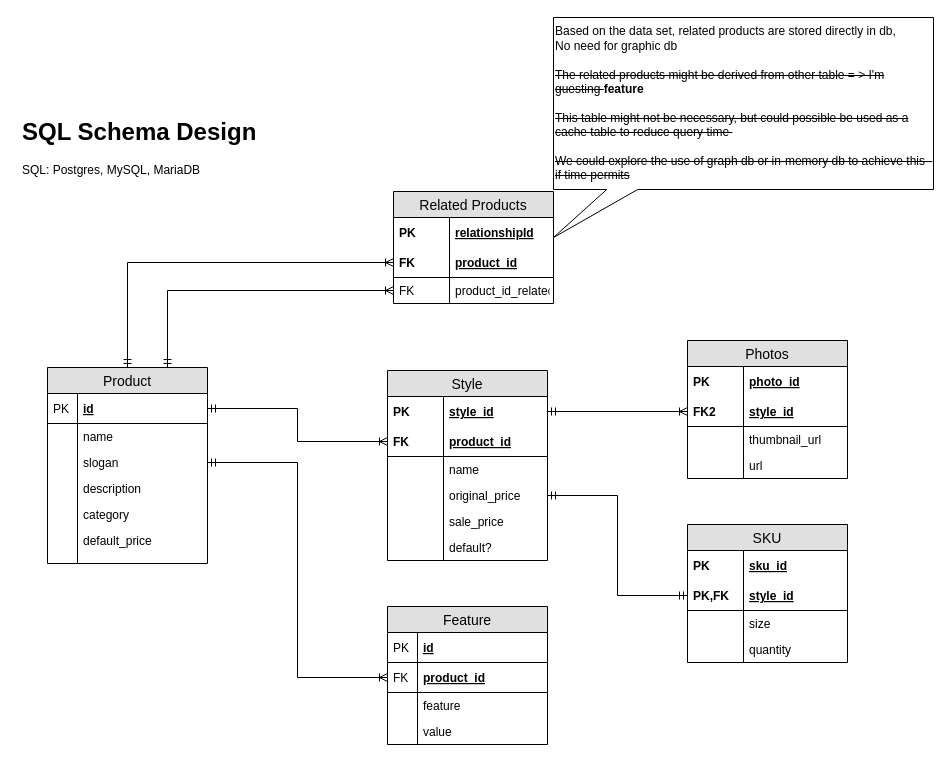
The draw.io diagram SDC_SQLSchema.drawio in teamspear/ProductsAPI, before the edit. Source tidied: cells renumbered, new cells numbered last; positions are measured from the earlier drawing's top-left corner, leaving out a move shared by most shapes. Both pictures are drawn from the tidied source at 100%, with x=0, y=0 at pixel (17, 17).
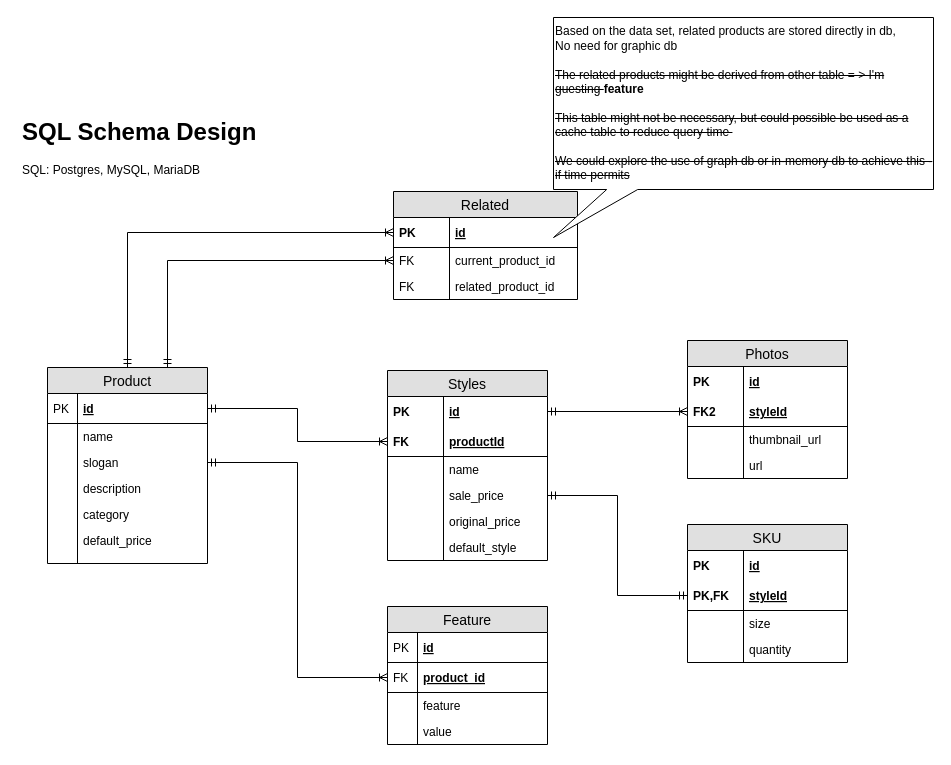
The same page after the edit.

The change refers to these unchanged cells:
```xml
<mxCell id="43" value="Photos" style="swimlane;fontStyle=0;horizontal=1;startSize=26;fillColor=#e0e0e0;swimlaneFillColor=#ffffff;align=center;fontSize=14;" parent="1" vertex="1">
  <mxGeometry x="670" y="323" width="160" height="138" as="geometry" />
</mxCell>
<mxCell id="52" value="SKU" style="swimlane;fontStyle=0;horizontal=1;startSize=26;fillColor=#e0e0e0;swimlaneFillColor=#ffffff;align=center;fontSize=14;" parent="1" vertex="1">
  <mxGeometry x="670" y="507" width="160" height="138" as="geometry" />
</mxCell>
```

Change to the diagram source:
```diff
@@
-    <mxCell id="29" value="Style" style="swimlane;fontStyle=0;horizontal=1;startSize=26;fillColor=#e0e0e0;swimlaneFillColor=#ffffff;align=center;fontSize=14;" parent="1" vertex="1">
+    <mxCell id="29" value="Styles" style="swimlane;fontStyle=0;horizontal=1;startSize=26;fillColor=#e0e0e0;swimlaneFillColor=#ffffff;align=center;fontSize=14;" parent="1" vertex="1">
       <mxGeometry x="370" y="353" width="160" height="190" as="geometry" />
     </mxCell>
-    <mxCell id="30" value="style_id" style="shape=partialRectangle;top=0;left=0;right=0;bottom=0;align=left;verticalAlign=middle;fillColor=none;spacingLeft=60;spacingRight=4;overflow=hidden;points=[[0,0.5],[1,0.5]];portConstraint=eastwest;fontStyle=5;fontSize=12;" parent="29" vertex="1">
+    <mxCell id="30" value="id" style="shape=partialRectangle;top=0;left=0;right=0;bottom=0;align=left;verticalAlign=middle;fillColor=none;spacingLeft=60;spacingRight=4;overflow=hidden;points=[[0,0.5],[1,0.5]];portConstraint=eastwest;fontStyle=5;fontSize=12;" parent="29" vertex="1">
       <mxGeometry y="26" width="160" height="30" as="geometry" />
     </mxCell>
@@
-    <mxCell id="32" value="product_id" style="shape=partialRectangle;top=0;left=0;right=0;bottom=1;align=left;verticalAlign=middle;fillColor=none;spacingLeft=60;spacingRight=4;overflow=hidden;points=[[0,0.5],[1,0.5]];portConstraint=eastwest;fontStyle=5;fontSize=12;" parent="29" vertex="1">
+    <mxCell id="32" value="productId" style="shape=partialRectangle;top=0;left=0;right=0;bottom=1;align=left;verticalAlign=middle;fillColor=none;spacingLeft=60;spacingRight=4;overflow=hidden;points=[[0,0.5],[1,0.5]];portConstraint=eastwest;fontStyle=5;fontSize=12;" parent="29" vertex="1">
       <mxGeometry y="56" width="160" height="30" as="geometry" />
     </mxCell>
@@
-    <mxCell id="36" value="original_price" style="shape=partialRectangle;top=0;left=0;right=0;bottom=0;align=left;verticalAlign=top;fillColor=none;spacingLeft=60;spacingRight=4;overflow=hidden;points=[[0,0.5],[1,0.5]];portConstraint=eastwest;fontSize=12;" parent="29" vertex="1">
+    <mxCell id="36" value="sale_price" style="shape=partialRectangle;top=0;left=0;right=0;bottom=0;align=left;verticalAlign=top;fillColor=none;spacingLeft=60;spacingRight=4;overflow=hidden;points=[[0,0.5],[1,0.5]];portConstraint=eastwest;fontSize=12;" parent="29" vertex="1">
       <mxGeometry y="112" width="160" height="26" as="geometry" />
     </mxCell>
@@
-    <mxCell id="38" value="sale_price" style="shape=partialRectangle;top=0;left=0;right=0;bottom=0;align=left;verticalAlign=top;fillColor=none;spacingLeft=60;spacingRight=4;overflow=hidden;fontSize=12;" parent="29" vertex="1">
+    <mxCell id="38" value="original_price" style="shape=partialRectangle;top=0;left=0;right=0;bottom=0;align=left;verticalAlign=top;fillColor=none;spacingLeft=60;spacingRight=4;overflow=hidden;fontSize=12;" parent="29" vertex="1">
       <mxGeometry y="138" width="160" height="26" as="geometry" />
     </mxCell>
@@
-    <mxCell id="40" value="default?" style="shape=partialRectangle;top=0;left=0;right=0;bottom=0;align=left;verticalAlign=top;fillColor=none;spacingLeft=60;spacingRight=4;overflow=hidden;fontSize=12;" parent="29" vertex="1">
+    <mxCell id="40" value="default_style" style="shape=partialRectangle;top=0;left=0;right=0;bottom=0;align=left;verticalAlign=top;fillColor=none;spacingLeft=60;spacingRight=4;overflow=hidden;fontSize=12;" parent="29" vertex="1">
       <mxGeometry y="164" width="160" height="26" as="geometry" />
     </mxCell>
@@
-    <mxCell id="44" value="photo_id" style="shape=partialRectangle;top=0;left=0;right=0;bottom=0;align=left;verticalAlign=middle;fillColor=none;spacingLeft=60;spacingRight=4;overflow=hidden;fontStyle=5;fontSize=12;" parent="43" vertex="1">
+    <mxCell id="44" value="id" style="shape=partialRectangle;top=0;left=0;right=0;bottom=0;align=left;verticalAlign=middle;fillColor=none;spacingLeft=60;spacingRight=4;overflow=hidden;fontStyle=5;fontSize=12;" parent="43" vertex="1">
       <mxGeometry y="26" width="160" height="30" as="geometry" />
     </mxCell>
@@
-    <mxCell id="46" value="style_id" style="shape=partialRectangle;top=0;left=0;right=0;bottom=1;align=left;verticalAlign=middle;fillColor=none;spacingLeft=60;spacingRight=4;overflow=hidden;points=[[0,0.5],[1,0.5]];portConstraint=eastwest;fontStyle=5;fontSize=12;" parent="43" vertex="1">
+    <mxCell id="46" value="styleId" style="shape=partialRectangle;top=0;left=0;right=0;bottom=1;align=left;verticalAlign=middle;fillColor=none;spacingLeft=60;spacingRight=4;overflow=hidden;points=[[0,0.5],[1,0.5]];portConstraint=eastwest;fontStyle=5;fontSize=12;" parent="43" vertex="1">
       <mxGeometry y="56" width="160" height="30" as="geometry" />
     </mxCell>
@@
-    <mxCell id="53" value="sku_id" style="shape=partialRectangle;top=0;left=0;right=0;bottom=0;align=left;verticalAlign=middle;fillColor=none;spacingLeft=60;spacingRight=4;overflow=hidden;fontStyle=5;fontSize=12;" parent="52" vertex="1">
+    <mxCell id="53" value="id" style="shape=partialRectangle;top=0;left=0;right=0;bottom=0;align=left;verticalAlign=middle;fillColor=none;spacingLeft=60;spacingRight=4;overflow=hidden;fontStyle=5;fontSize=12;" parent="52" vertex="1">
       <mxGeometry y="26" width="160" height="30" as="geometry" />
     </mxCell>
@@
-    <mxCell id="55" value="style_id" style="shape=partialRectangle;top=0;left=0;right=0;bottom=1;align=left;verticalAlign=middle;fillColor=none;spacingLeft=60;spacingRight=4;overflow=hidden;points=[[0,0.5],[1,0.5]];portConstraint=eastwest;fontStyle=5;fontSize=12;" parent="52" vertex="1">
+    <mxCell id="55" value="styleId" style="shape=partialRectangle;top=0;left=0;right=0;bottom=1;align=left;verticalAlign=middle;fillColor=none;spacingLeft=60;spacingRight=4;overflow=hidden;points=[[0,0.5],[1,0.5]];portConstraint=eastwest;fontStyle=5;fontSize=12;" parent="52" vertex="1">
       <mxGeometry y="56" width="160" height="30" as="geometry" />
     </mxCell>
@@
-    <mxCell id="61" value="Related Products" style="swimlane;fontStyle=0;horizontal=1;startSize=26;fillColor=#e0e0e0;swimlaneFillColor=#ffffff;align=center;fontSize=14;" parent="1" vertex="1">
-      <mxGeometry x="376" y="174" width="160" height="112" as="geometry" />
+    <mxCell id="61" value="Related" style="swimlane;fontStyle=0;horizontal=1;startSize=26;fillColor=#e0e0e0;swimlaneFillColor=#ffffff;align=center;fontSize=14;" parent="1" vertex="1">
+      <mxGeometry x="376" y="174" width="184" height="108" as="geometry" />
     </mxCell>
-    <mxCell id="62" value="relationshipId" style="shape=partialRectangle;top=0;left=0;right=0;bottom=0;align=left;verticalAlign=middle;fillColor=none;spacingLeft=60;spacingRight=4;overflow=hidden;fontStyle=5;fontSize=12;" parent="61" vertex="1">
-      <mxGeometry y="26" width="160" height="30" as="geometry" />
-    </mxCell>
-    <mxCell id="63" value="PK" style="shape=partialRectangle;fontStyle=1;top=0;left=0;bottom=0;fillColor=none;align=left;verticalAlign=middle;spacingLeft=4;spacingRight=4;overflow=hidden;fontSize=12;" parent="62" vertex="1">
-      <mxGeometry width="56" height="30" as="geometry" />
-    </mxCell>
-    <mxCell id="64" value="product_id" style="shape=partialRectangle;top=0;left=0;right=0;bottom=1;align=left;verticalAlign=middle;fillColor=none;spacingLeft=60;spacingRight=4;overflow=hidden;points=[[0,0.5],[1,0.5]];portConstraint=eastwest;fontStyle=5;fontSize=12;" parent="61" vertex="1">
-      <mxGeometry y="56" width="160" height="30" as="geometry" />
+    <mxCell id="64" value="id" style="shape=partialRectangle;top=0;left=0;right=0;bottom=1;align=left;verticalAlign=middle;fillColor=none;spacingLeft=60;spacingRight=4;overflow=hidden;points=[[0,0.5],[1,0.5]];portConstraint=eastwest;fontStyle=5;fontSize=12;" parent="61" vertex="1">
+      <mxGeometry y="26" width="184" height="30" as="geometry" />
     </mxCell>
-    <mxCell id="65" value="FK" style="shape=partialRectangle;fontStyle=1;top=0;left=0;bottom=0;fillColor=none;align=left;verticalAlign=middle;spacingLeft=4;spacingRight=4;overflow=hidden;fontSize=12;" parent="64" vertex="1">
+    <mxCell id="65" value="PK" style="shape=partialRectangle;fontStyle=1;top=0;left=0;bottom=0;fillColor=none;align=left;verticalAlign=middle;spacingLeft=4;spacingRight=4;overflow=hidden;fontSize=12;" parent="64" vertex="1">
       <mxGeometry width="56" height="30" as="geometry" />
     </mxCell>
-    <mxCell id="66" value="product_id_related" style="shape=partialRectangle;top=0;left=0;right=0;bottom=0;align=left;verticalAlign=top;fillColor=none;spacingLeft=60;spacingRight=4;overflow=hidden;points=[[0,0.5],[1,0.5]];portConstraint=eastwest;fontSize=12;" parent="61" vertex="1">
-      <mxGeometry y="86" width="160" height="26" as="geometry" />
+    <mxCell id="66" value="current_product_id" style="shape=partialRectangle;top=0;left=0;right=0;bottom=0;align=left;verticalAlign=top;fillColor=none;spacingLeft=60;spacingRight=4;overflow=hidden;points=[[0,0.5],[1,0.5]];portConstraint=eastwest;fontSize=12;" parent="61" vertex="1">
+      <mxGeometry y="56" width="184" height="26" as="geometry" />
     </mxCell>
@@
+    <mxCell id="72" value="related_product_id" style="shape=partialRectangle;top=0;left=0;right=0;bottom=0;align=left;verticalAlign=top;fillColor=none;spacingLeft=60;spacingRight=4;overflow=hidden;fontSize=12;" parent="61" vertex="1">
+      <mxGeometry y="82" width="184" height="26" as="geometry" />
+    </mxCell>
+    <mxCell id="73" value="FK" style="shape=partialRectangle;top=0;left=0;bottom=0;fillColor=none;align=left;verticalAlign=top;spacingLeft=4;spacingRight=4;overflow=hidden;fontSize=12;" parent="72" vertex="1">
+      <mxGeometry width="56" height="26" as="geometry" />
+    </mxCell>
```
